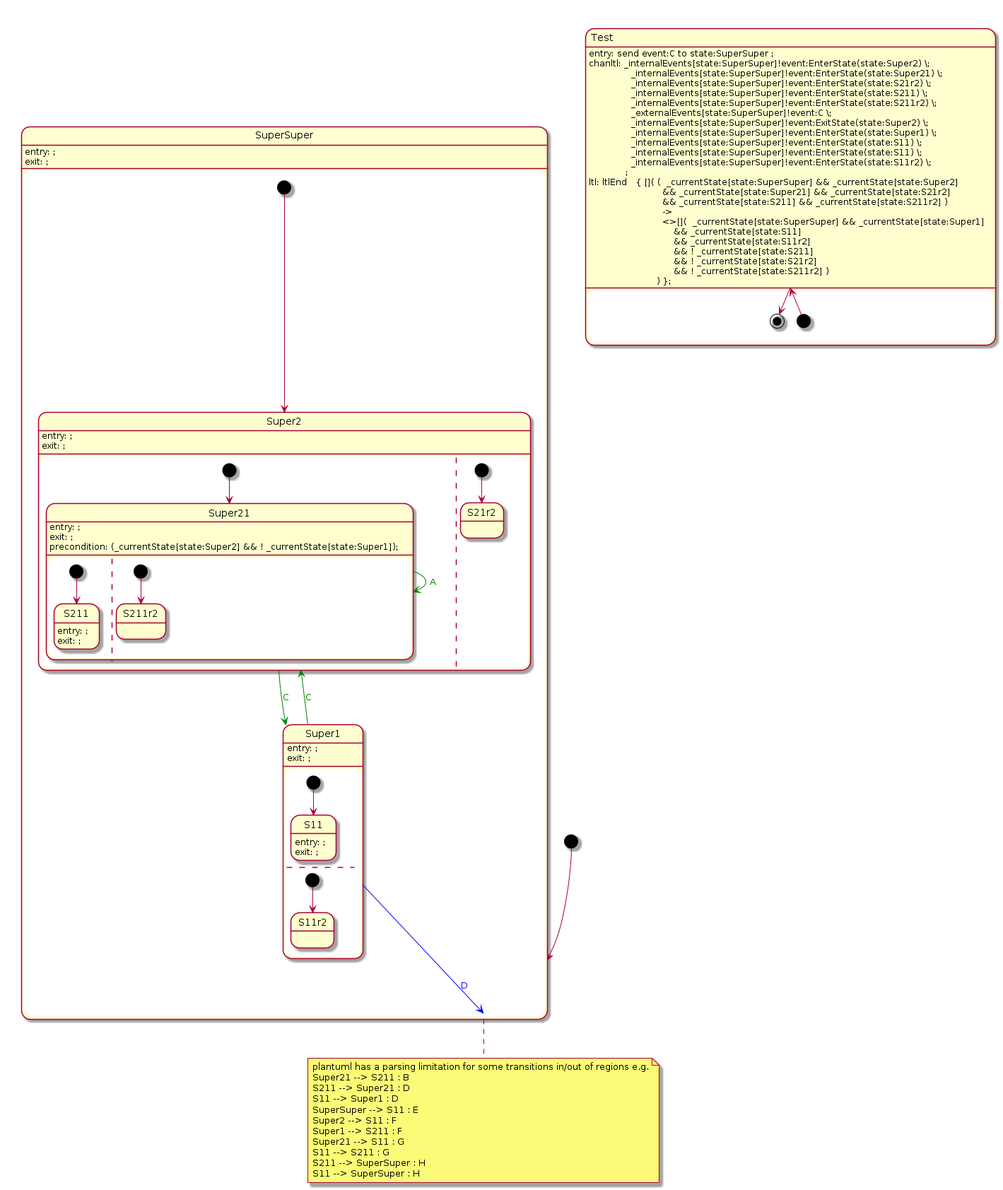
This is plantuml/hsm/concurrent.png from melintea/upml, a PlantUML export, as it was before one commit. Its source is kept beside it as plantuml/hsm/concurrent.plantuml.
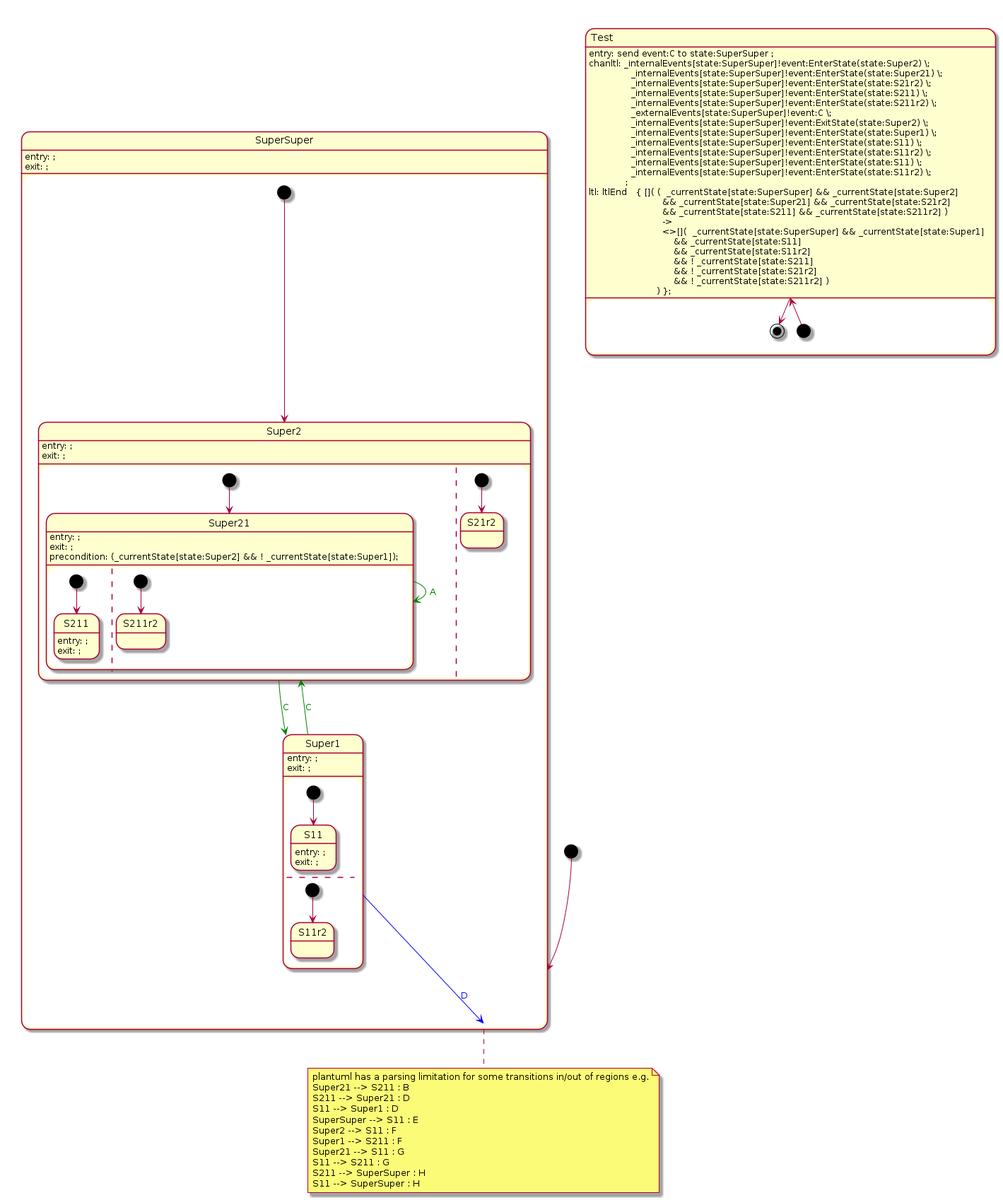
After the commit.

The edit, as a diff of the source:
```diff
@@ -78,6 +78,7 @@
 	       _internalEvents[state:SuperSuper]!event:ExitState(state:Super2) \; \n\
                _internalEvents[state:SuperSuper]!event:EnterState(state:Super1) \; \n\
                _internalEvents[state:SuperSuper]!event:EnterState(state:S11) \; \n\
+               _internalEvents[state:SuperSuper]!event:EnterState(state:S11r2) \; \n\
                _internalEvents[state:SuperSuper]!event:EnterState(state:S11) \; \n\
                _internalEvents[state:SuperSuper]!event:EnterState(state:S11r2) \; \n\
              ;
```
